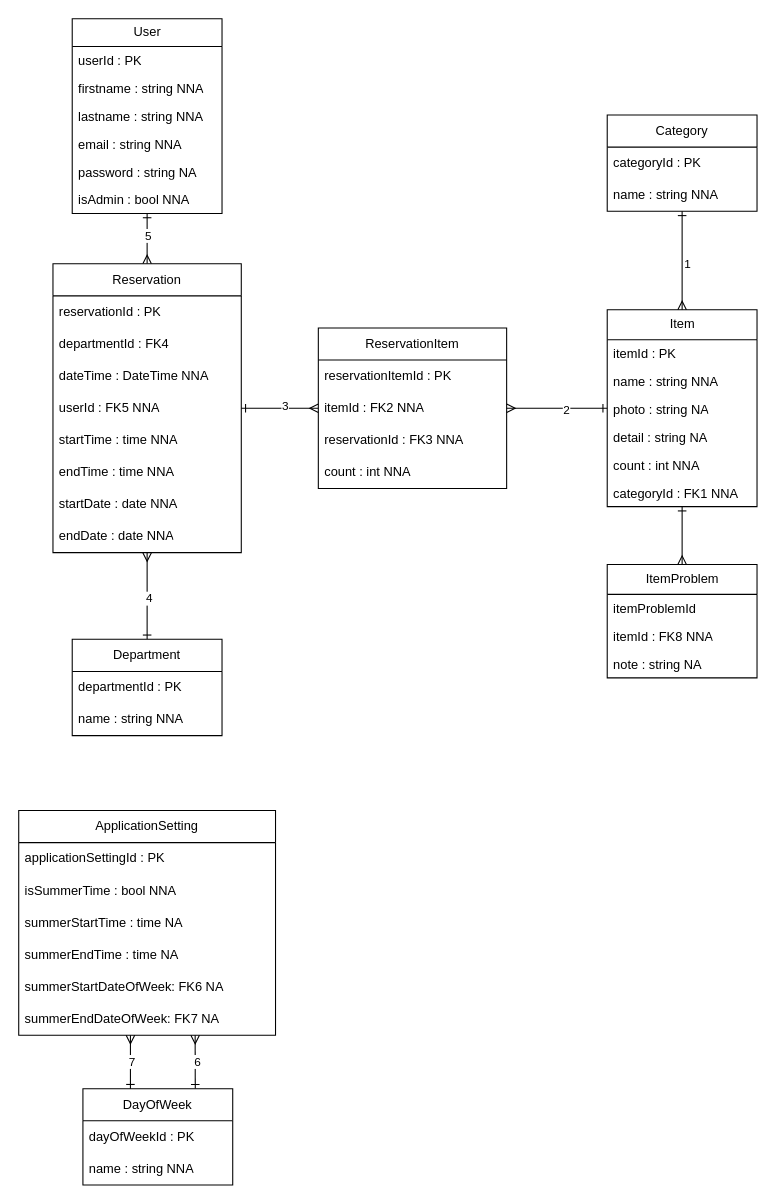
Thomas-More-Digital-Innovation/2627-waai-006-Asset-Tracking-Tool keeps this draw.io diagram as documents/files/ERD.drawio. Above is the earlier version. Source tidied: cells renumbered, new cells numbered last; positions are measured from the earlier drawing's top-left corner, leaving out a move shared by most shapes. Both pictures are drawn from the tidied source at 107%, with x=0, y=0 at pixel (18, 18).
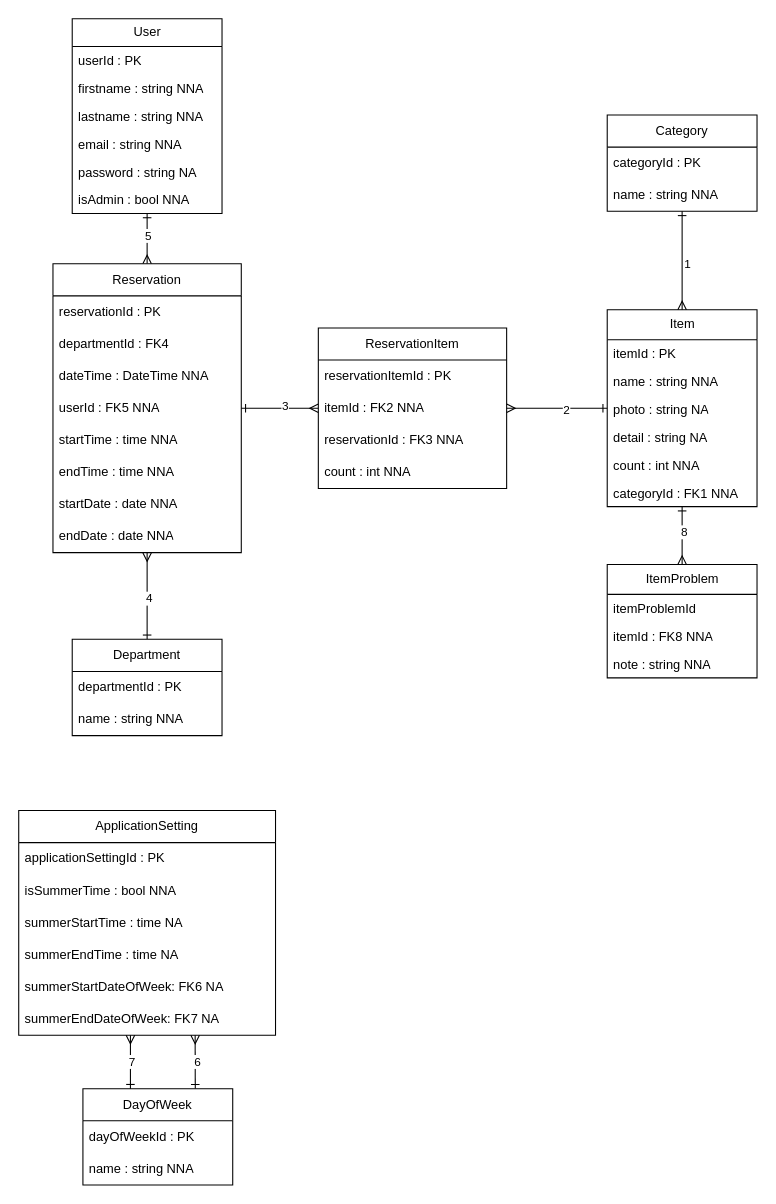
After the change.

Unchanged cells that the change refers to:
```xml
<mxCell id="16" style="edgeStyle=none;html=1;entryX=0.5;entryY=0;entryDx=0;entryDy=0;endArrow=ERmany;endFill=0;startArrow=ERone;startFill=0;" parent="1" edge="1" source="17" target="61">
  <mxGeometry relative="1" as="geometry" />
</mxCell>
<mxCell id="61" value="ItemProblem" style="swimlane;fontStyle=0;horizontal=1;startSize=28;fillColor=none;html=1;" parent="1" vertex="1">
  <mxGeometry x="550" y="510" width="140" height="106" as="geometry" />
</mxCell>
```

The edit, as a diff of the source:
```diff
@@
+    <mxCell id="65" value="8" style="edgeLabel;html=1;align=center;verticalAlign=middle;" parent="16" vertex="1">
+      <mxGeometry x="-0.15" y="1" relative="1" as="geometry" />
+    </mxCell>
@@
-    <mxCell id="64" value="note : string NA" style="text;strokeColor=none;fillColor=none;align=left;verticalAlign=top;spacingLeft=4;spacingRight=4;overflow=hidden;whiteSpace=wrap;html=1;" parent="61" vertex="1">
+    <mxCell id="64" value="note : string NNA" style="text;strokeColor=none;fillColor=none;align=left;verticalAlign=top;spacingLeft=4;spacingRight=4;overflow=hidden;whiteSpace=wrap;html=1;" parent="61" vertex="1">
       <mxGeometry y="80" width="140" height="26" as="geometry" />
     </mxCell>
```
